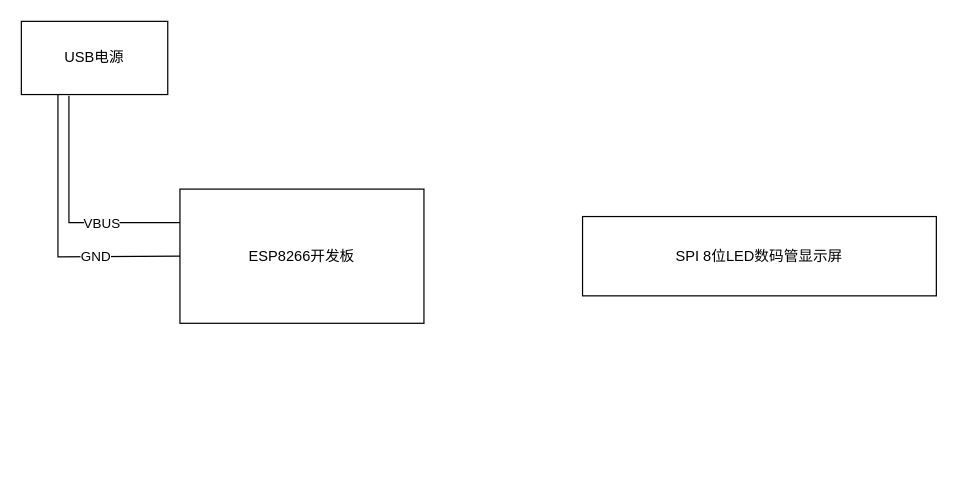
razor/1102_decoration keeps this draw.io diagram as wificlock_block.drawio. Above is the earlier version. Source tidied: cells renumbered, new cells numbered last; positions are measured from the earlier drawing's top-left corner, leaving out a move shared by most shapes. Both pictures are drawn from the tidied source at 122%, with x=0, y=0 at pixel (21, 21).
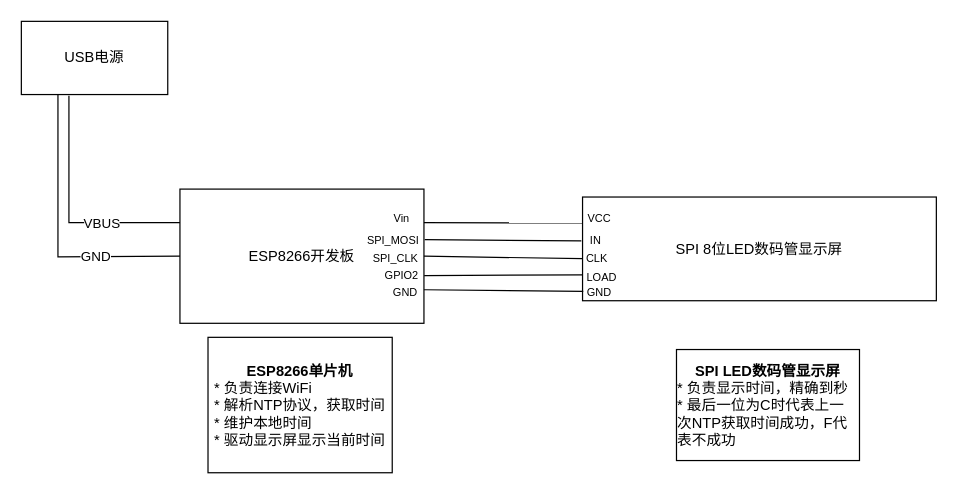
Above is the later version.

The change refers to these unchanged cells:
```xml
<mxCell id="2" value="ESP8266开发板" style="rounded=0;whiteSpace=wrap;html=1;" parent="1" vertex="1">
  <mxGeometry x="130" y="137.5" width="200" height="110" as="geometry" />
</mxCell>
```

Diff of the diagram source:
```diff
@@
     <mxCell id="3" value="SPI 8位LED数码管显示屏" style="rounded=0;whiteSpace=wrap;html=1;" parent="1" vertex="1">
-      <mxGeometry x="460" y="160" width="290" height="65" as="geometry" />
+      <mxGeometry x="460" y="144" width="290" height="85" as="geometry" />
     </mxCell>
@@
+    <mxCell id="9" style="endArrow=none;html=1;rounded=0;exitX=1;exitY=0.25;exitDx=0;exitDy=0;entryX=0;entryY=0.25;entryDx=0;entryDy=0;" parent="1" edge="1" source="2" target="3">
+      <mxGeometry relative="1" as="geometry" />
+    </mxCell>
+    <mxCell id="10" style="endArrow=none;html=1;rounded=0;exitX=1;exitY=0.75;exitDx=0;exitDy=0;entryX=0.002;entryY=0.91;entryDx=0;entryDy=0;entryPerimeter=0;" parent="1" edge="1" source="2" target="3">
+      <mxGeometry relative="1" as="geometry" />
+    </mxCell>
+    <mxCell id="11" value="Vin" style="text;html=1;strokeColor=none;fillColor=none;align=center;verticalAlign=middle;whiteSpace=wrap;rounded=0;fontSize=9;" parent="1" vertex="1">
+      <mxGeometry x="300" y="156" width="24" height="12" as="geometry" />
+    </mxCell>
+    <mxCell id="12" value="VCC" style="text;html=1;strokeColor=none;fillColor=none;align=center;verticalAlign=middle;whiteSpace=wrap;rounded=0;fontSize=9;" parent="1" vertex="1">
+      <mxGeometry x="462" y="156" width="24" height="12" as="geometry" />
+    </mxCell>
+    <mxCell id="13" value="GND" style="text;html=1;strokeColor=none;fillColor=none;align=center;verticalAlign=middle;whiteSpace=wrap;rounded=0;fontSize=9;" parent="1" vertex="1">
+      <mxGeometry x="303" y="217" width="24" height="12" as="geometry" />
+    </mxCell>
+    <mxCell id="14" value="GND" style="text;html=1;strokeColor=none;fillColor=none;align=center;verticalAlign=middle;whiteSpace=wrap;rounded=0;fontSize=9;" parent="1" vertex="1">
+      <mxGeometry x="462" y="217" width="24" height="12" as="geometry" />
+    </mxCell>
+    <mxCell id="15" value="SPI_MOSI" style="text;html=1;strokeColor=none;fillColor=none;align=center;verticalAlign=middle;whiteSpace=wrap;rounded=0;fontSize=9;" parent="1" vertex="1">
+      <mxGeometry x="293" y="174" width="24" height="12" as="geometry" />
+    </mxCell>
+    <mxCell id="16" value="IN" style="text;html=1;strokeColor=none;fillColor=none;align=center;verticalAlign=middle;whiteSpace=wrap;rounded=0;fontSize=9;" parent="1" vertex="1">
+      <mxGeometry x="459" y="174" width="24" height="12" as="geometry" />
+    </mxCell>
+    <mxCell id="17" value="CLK" style="text;html=1;strokeColor=none;fillColor=none;align=center;verticalAlign=middle;whiteSpace=wrap;rounded=0;fontSize=9;" parent="1" vertex="1">
+      <mxGeometry x="460" y="188.5" width="24" height="12" as="geometry" />
+    </mxCell>
+    <mxCell id="18" value="LOAD" style="text;html=1;strokeColor=none;fillColor=none;align=center;verticalAlign=middle;whiteSpace=wrap;rounded=0;fontSize=9;" parent="1" vertex="1">
+      <mxGeometry x="464" y="203.5" width="24" height="12" as="geometry" />
+    </mxCell>
+    <mxCell id="19" value="SPI_CLK" style="text;html=1;strokeColor=none;fillColor=none;align=center;verticalAlign=middle;whiteSpace=wrap;rounded=0;fontSize=9;" parent="1" vertex="1">
+      <mxGeometry x="295" y="188.5" width="24" height="12" as="geometry" />
+    </mxCell>
+    <mxCell id="20" value="GPIO2" style="text;html=1;strokeColor=none;fillColor=none;align=center;verticalAlign=middle;whiteSpace=wrap;rounded=0;fontSize=9;" parent="1" vertex="1">
+      <mxGeometry x="300" y="202.5" width="24" height="12" as="geometry" />
+    </mxCell>
+    <mxCell id="21" style="endArrow=none;html=1;rounded=0;fontSize=9;exitX=1.003;exitY=0.377;exitDx=0;exitDy=0;exitPerimeter=0;entryX=0;entryY=0.5;entryDx=0;entryDy=0;" parent="1" edge="1" source="2" target="16">
+      <mxGeometry relative="1" as="geometry" />
+    </mxCell>
+    <mxCell id="22" style="endArrow=none;html=1;rounded=0;fontSize=9;exitX=1;exitY=0.5;exitDx=0;exitDy=0;entryX=0;entryY=0.5;entryDx=0;entryDy=0;" parent="1" edge="1" source="2" target="17">
+      <mxGeometry relative="1" as="geometry" />
+    </mxCell>
+    <mxCell id="23" style="endArrow=none;html=1;rounded=0;fontSize=9;exitX=1.001;exitY=0.645;exitDx=0;exitDy=0;exitPerimeter=0;entryX=0;entryY=0.75;entryDx=0;entryDy=0;" parent="1" edge="1" source="2" target="3">
+      <mxGeometry relative="1" as="geometry" />
+    </mxCell>
+    <mxCell id="24" value="&lt;b style=&quot;font-size: 12px;&quot;&gt;ESP8266单片机&lt;/b&gt;&lt;br style=&quot;font-size: 12px;&quot;&gt;&lt;div style=&quot;text-align: left;&quot;&gt;&lt;span style=&quot;background-color: initial;&quot;&gt;* 负责连接WiFi&lt;/span&gt;&lt;/div&gt;&lt;div style=&quot;text-align: left;&quot;&gt;&lt;span style=&quot;background-color: initial;&quot;&gt;* 解析NTP协议，获取时间&lt;/span&gt;&lt;/div&gt;&lt;div style=&quot;text-align: left;&quot;&gt;&lt;span style=&quot;background-color: initial;&quot;&gt;* 维护本地时间&lt;/span&gt;&lt;/div&gt;&lt;div style=&quot;text-align: left;&quot;&gt;&lt;span style=&quot;background-color: initial;&quot;&gt;* 驱动显示屏显示当前时间&lt;/span&gt;&lt;/div&gt;" style="text;html=1;strokeColor=default;fillColor=none;align=center;verticalAlign=middle;whiteSpace=wrap;rounded=0;fontSize=12;" parent="1" vertex="1">
+      <mxGeometry x="153" y="259" width="151" height="111" as="geometry" />
+    </mxCell>
+    <mxCell id="25" value="&lt;b style=&quot;font-size: 12px;&quot;&gt;SPI LED数码管显示屏&lt;/b&gt;&lt;br style=&quot;font-size: 12px;&quot;&gt;&lt;div style=&quot;text-align: left;&quot;&gt;&lt;span style=&quot;background-color: initial;&quot;&gt;* 负责显示时间，精确到秒&lt;/span&gt;&lt;/div&gt;&lt;div style=&quot;text-align: left;&quot;&gt;&lt;span style=&quot;background-color: initial;&quot;&gt;* 最后一位为C时代表上一次NTP获取时间成功，F代表不成功&lt;/span&gt;&lt;/div&gt;" style="text;html=1;strokeColor=default;fillColor=none;align=center;verticalAlign=middle;whiteSpace=wrap;rounded=0;fontSize=12;" parent="1" vertex="1">
+      <mxGeometry x="537" y="269" width="150" height="91" as="geometry" />
+    </mxCell>
```
